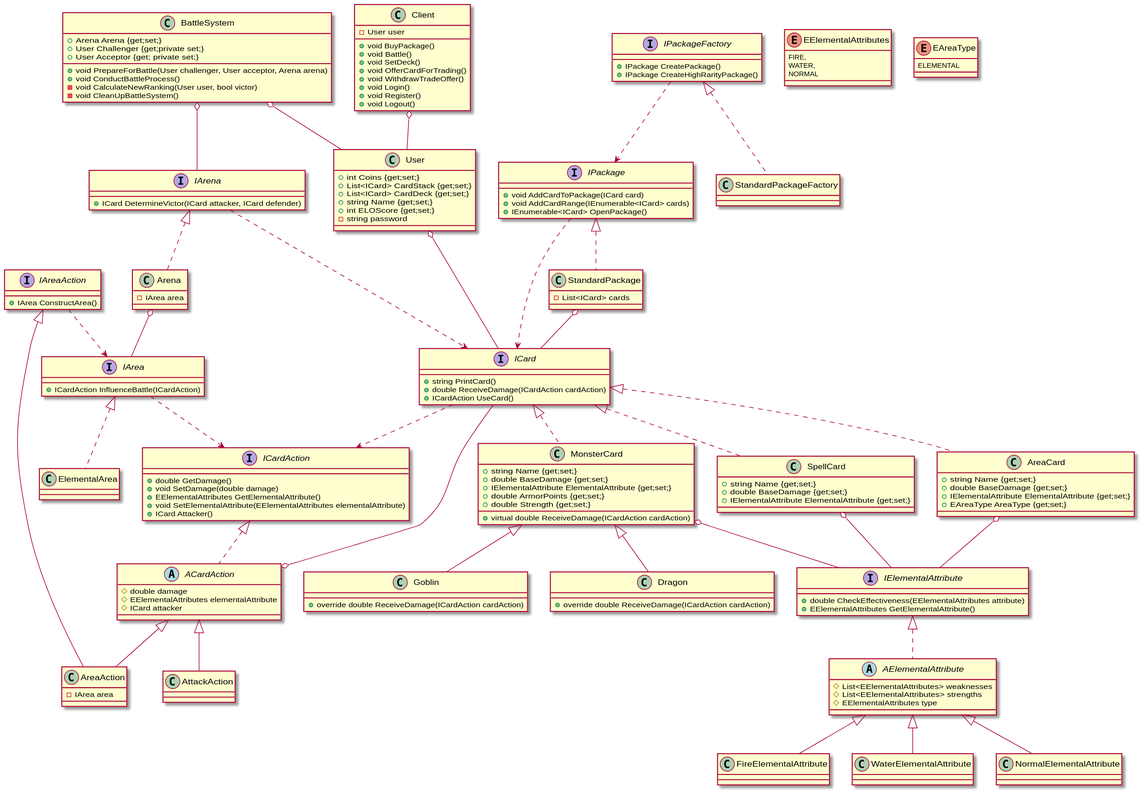
Earlier version of the PlantUML export mtcg/mtcg.svg (kretmatt/SWE1-MTCG).
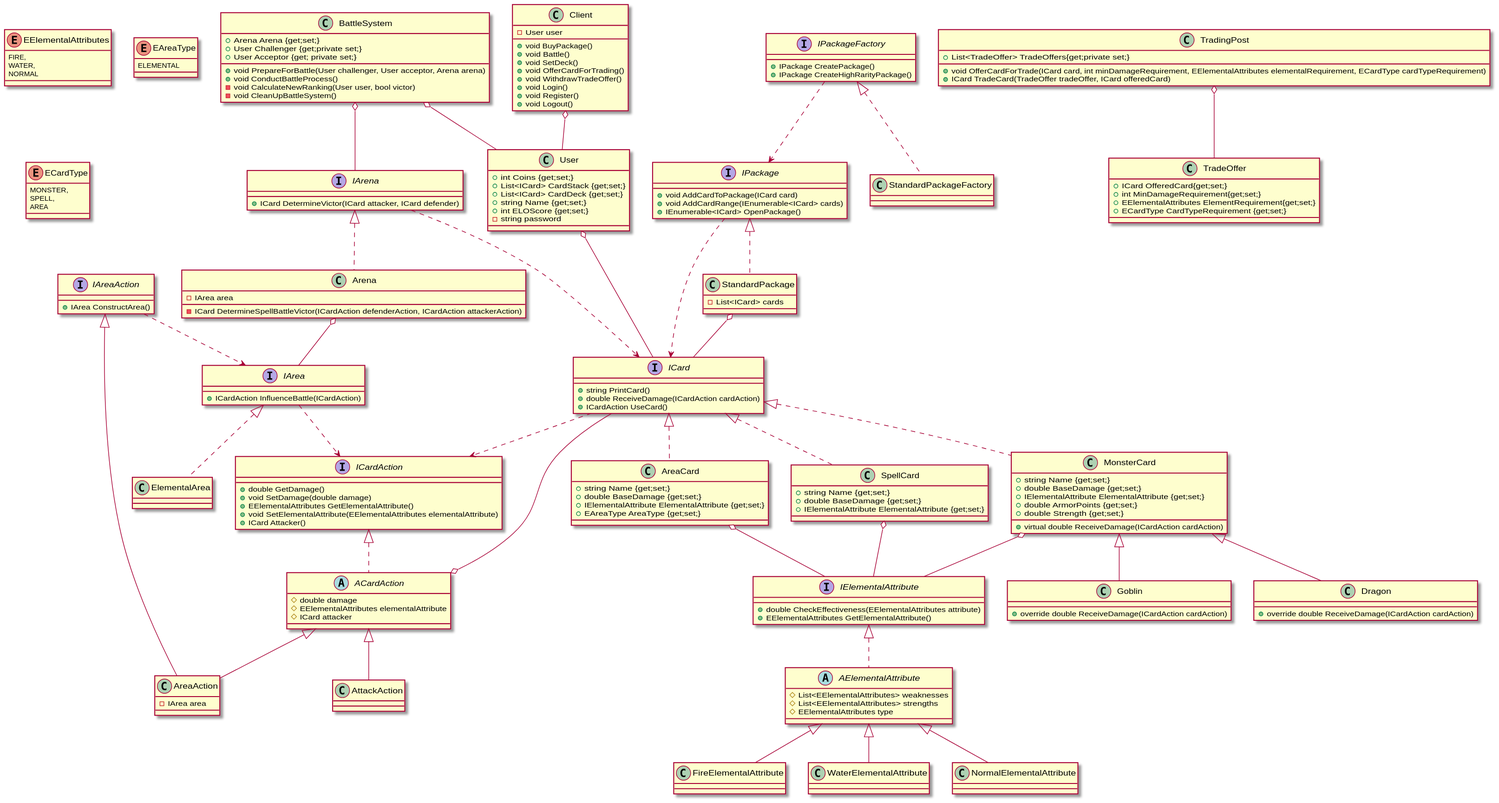
After the commit.

Commit message:
Update class diagram

What changed in the source:
```diff
@@ -53,6 +53,7 @@
 
 class Arena implements IArena{
     - IArea area
+    - ICard DetermineSpellBattleVictor(ICardAction defenderAction, ICardAction attackerAction)
 }
 
 Arena o-- IArea
@@ -173,4 +174,25 @@
 
 }
 
+enum ECardType{
+    MONSTER,
+    SPELL,
+    AREA
+}
+
+class TradeOffer{
+    + ICard OfferedCard{get;set;}
+    + int MinDamageRequirement{get;set;}
+    + EElementalAttributes ElementRequirement{get;set;}
+    + ECardType CardTypeRequirement {get;set;}
+
+}
+
+class TradingPost{
+    + List<TradeOffer> TradeOffers{get;private set;}
+    + void OfferCardForTrade(ICard card, int minDamageRequirement, EElementalAttributes elementalRequirement, ECardType cardTypeRequirement)
+    + ICard TradeCard(TradeOffer tradeOffer, ICard offeredCard)
+}
+
+TradingPost o-- TradeOffer
 @enduml
```
